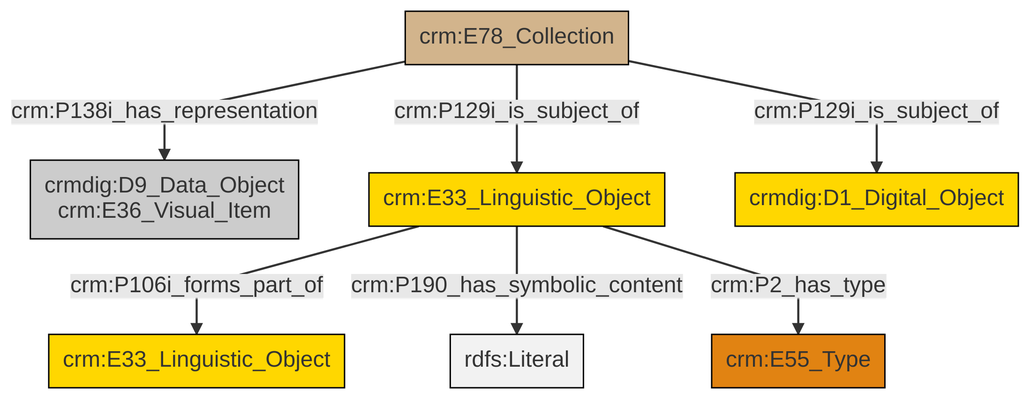
swiss-art-research-net/docs.swissartresearch keeps this Mermaid diagram as et/archivalCSV/ttl/mmd/png/archival_docs.png. Above is the earlier version. Its source is kept beside it as et/archivalCSV/ttl/mmd/archival_docs.ttl.mmd.
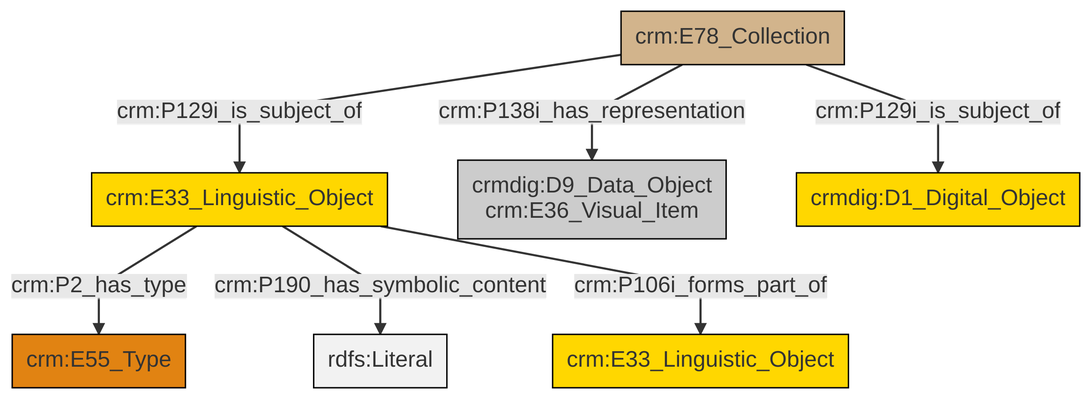
After the commit.

The edit, as a diff of the source:
```diff
@@ -13,9 +13,9 @@
 classDef PC_Classes fill:#4ce600, stroke:#000000;
 classDef Multi fill:#cccccc,stroke:#000000;
 
-2["crm:E33_Linguistic_Object"]:::Conceptual_Object -->|crm:P106i_forms_part_of| 3["crm:E33_Linguistic_Object"]:::Conceptual_Object
-2["crm:E33_Linguistic_Object"]:::Conceptual_Object -->|crm:P190_has_symbolic_content| 4[rdfs:Literal]:::Literal
-5["crm:E78_Collection"]:::Physical_Thing -->|crm:P129i_is_subject_of| 6["crmdig:D1_Digital_Object"]:::Conceptual_Object
-2["crm:E33_Linguistic_Object"]:::Conceptual_Object -->|crm:P2_has_type| 7["crm:E55_Type"]:::Type
-5["crm:E78_Collection"]:::Physical_Thing -->|crm:P138i_has_representation| 0["crmdig:D9_Data_Object<br>crm:E36_Visual_Item"]:::Multi
-5["crm:E78_Collection"]:::Physical_Thing -->|crm:P129i_is_subject_of| 2["crm:E33_Linguistic_Object"]:::Conceptual_Object
+2["crm:E78_Collection"]:::Physical_Thing -->|crm:P129i_is_subject_of| 3["crm:E33_Linguistic_Object"]:::Conceptual_Object
+3["crm:E33_Linguistic_Object"]:::Conceptual_Object -->|crm:P2_has_type| 6["crm:E55_Type"]:::Type
+2["crm:E78_Collection"]:::Physical_Thing -->|crm:P138i_has_representation| 4["crmdig:D9_Data_Object<br>crm:E36_Visual_Item"]:::Multi
+2["crm:E78_Collection"]:::Physical_Thing -->|crm:P129i_is_subject_of| 7["crmdig:D1_Digital_Object"]:::Conceptual_Object
+3["crm:E33_Linguistic_Object"]:::Conceptual_Object -->|crm:P190_has_symbolic_content| 11[rdfs:Literal]:::Literal
+3["crm:E33_Linguistic_Object"]:::Conceptual_Object -->|crm:P106i_forms_part_of| 0["crm:E33_Linguistic_Object"]:::Conceptual_Object
```
